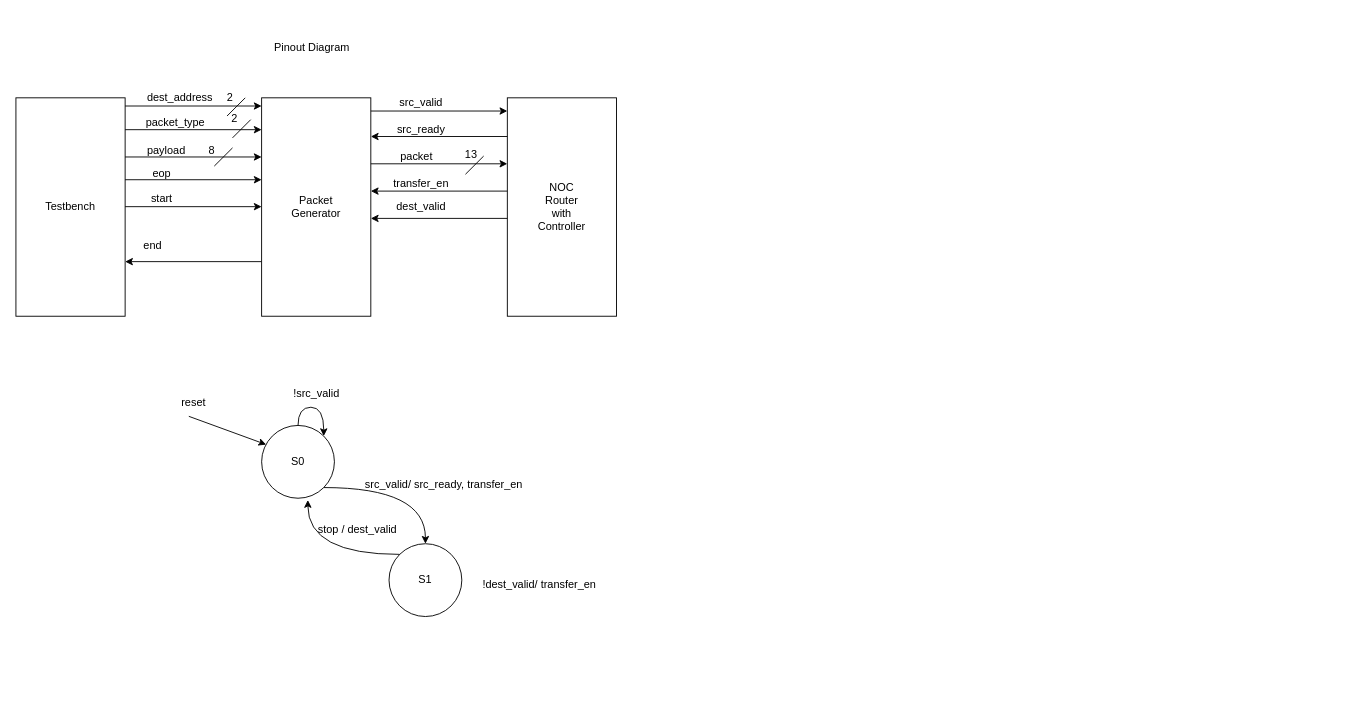
mnasirEE/DD-Xce-sv-task keeps this draw.io diagram as page "Page-1" (1 of 2) of Nasir/Network-On-Chip_design.drawio. Above is the earlier version. Source tidied: cells renumbered, new cells numbered last; positions are measured from the earlier drawing's top-left corner, leaving out a move shared by most shapes. Both pictures are drawn from the tidied source at 91%, with x=0, y=0 at pixel (15, 34).
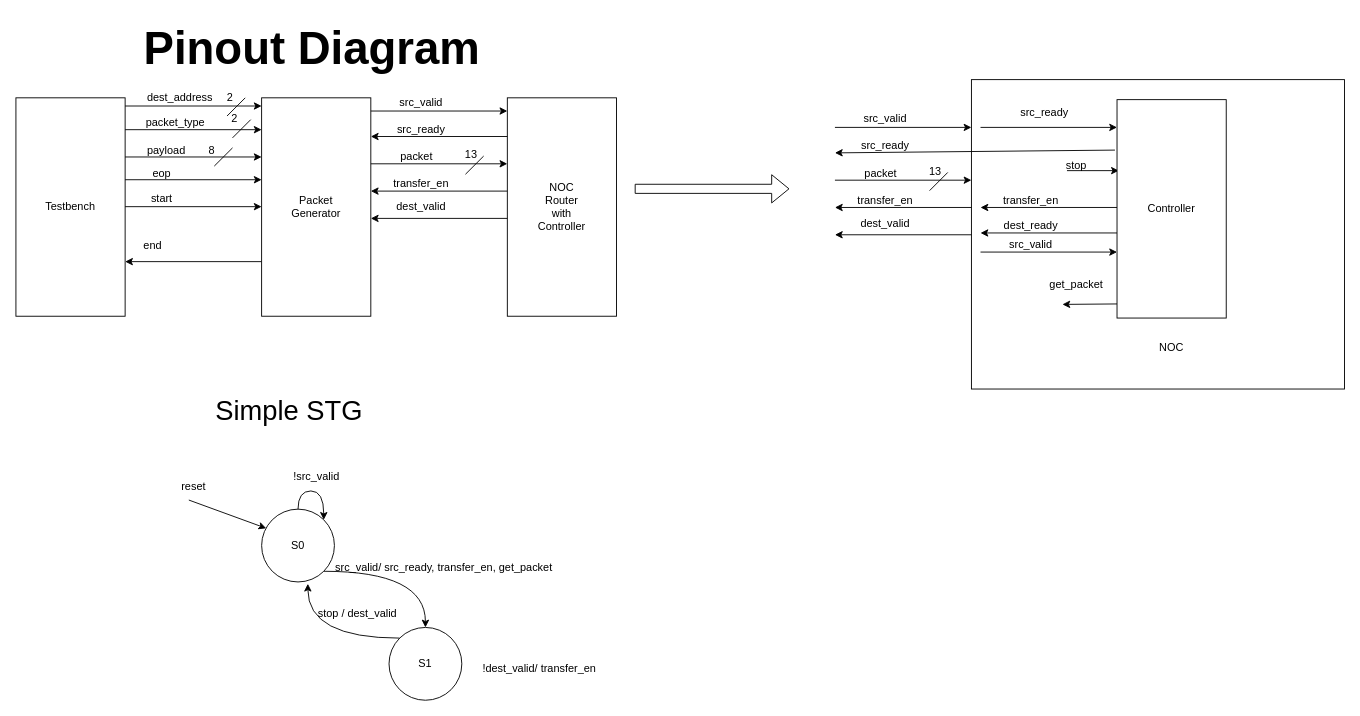
After the change.

Diff of the diagram source:
```diff
@@
-    <mxCell id="24" value="Pinout Diagram" style="text;html=1;align=center;verticalAlign=middle;strokeColor=none;fillColor=none;" parent="1" vertex="1">
-      <mxGeometry x="270" width="110" height="30" as="geometry" />
+    <mxCell id="24" value="&lt;b&gt;&lt;font style=&quot;font-size: 50px;&quot;&gt;Pinout Diagram&lt;/font&gt;&lt;/b&gt;" style="text;html=1;align=center;verticalAlign=middle;strokeColor=none;fillColor=none;" parent="1" vertex="1">
+      <mxGeometry x="130" y="-20" width="390" height="70" as="geometry" />
     </mxCell>
@@
     <mxCell id="26" value="S0" style="ellipse;whiteSpace=wrap;html=1;" parent="1" vertex="1">
-      <mxGeometry x="270" y="430" width="80" height="80" as="geometry" />
+      <mxGeometry x="270" y="522" width="80" height="80" as="geometry" />
     </mxCell>
     <mxCell id="27" style="endArrow=classic;html=1;rounded=0;entryX=0.063;entryY=0.263;entryDx=0;entryDy=0;entryPerimeter=0;" parent="1" edge="1" target="26">
       <mxGeometry relative="1" as="geometry">
-        <mxPoint x="190" y="420" as="sourcePoint" />
+        <mxPoint x="190" y="512" as="sourcePoint" />
       </mxGeometry>
     </mxCell>
     <mxCell id="28" value="reset" style="text;html=1;align=center;verticalAlign=middle;strokeColor=none;fillColor=none;" parent="1" vertex="1">
-      <mxGeometry x="170" y="390" width="50" height="30" as="geometry" />
+      <mxGeometry x="170" y="482" width="50" height="30" as="geometry" />
     </mxCell>
@@
     <mxCell id="37" style="edgeStyle=orthogonalEdgeStyle;rounded=0;orthogonalLoop=1;jettySize=auto;html=1;exitX=0.5;exitY=0;exitDx=0;exitDy=0;entryX=1;entryY=0;entryDx=0;entryDy=0;curved=1;" parent="1" edge="1" source="26" target="26">
       <mxGeometry relative="1" as="geometry">
         <Array as="points">
-          <mxPoint x="310" y="410" />
-          <mxPoint x="338" y="410" />
+          <mxPoint x="310" y="502" />
+          <mxPoint x="338" y="502" />
         </Array>
       </mxGeometry>
     </mxCell>
     <mxCell id="38" value="!src_valid" style="text;html=1;align=center;verticalAlign=middle;strokeColor=none;fillColor=none;" parent="1" vertex="1">
-      <mxGeometry x="295" y="380" width="70" height="30" as="geometry" />
+      <mxGeometry x="295" y="472" width="70" height="30" as="geometry" />
     </mxCell>
@@
     <mxCell id="41" value="S1" style="ellipse;whiteSpace=wrap;html=1;" parent="1" vertex="1">
-      <mxGeometry x="410" y="560" width="80" height="80" as="geometry" />
+      <mxGeometry x="410" y="652" width="80" height="80" as="geometry" />
     </mxCell>
-    <mxCell id="42" value="src_valid/ src_ready, transfer_en" style="text;html=1;align=center;verticalAlign=middle;strokeColor=none;fillColor=none;" parent="1" vertex="1">
-      <mxGeometry x="370" y="480" width="200" height="30" as="geometry" />
+    <mxCell id="42" value="src_valid/ src_ready, transfer_en, get_packet" style="text;html=1;align=center;verticalAlign=middle;strokeColor=none;fillColor=none;" parent="1" vertex="1">
+      <mxGeometry x="340" y="572" width="260" height="30" as="geometry" />
     </mxCell>
     <mxCell id="43" value="!dest_valid/ transfer_en" style="text;html=1;align=center;verticalAlign=middle;strokeColor=none;fillColor=none;" parent="1" vertex="1">
-      <mxGeometry x="500" y="590" width="150" height="30" as="geometry" />
+      <mxGeometry x="500" y="682" width="150" height="30" as="geometry" />
     </mxCell>
@@
     <mxCell id="45" value="stop / dest_valid" style="text;html=1;align=center;verticalAlign=middle;strokeColor=none;fillColor=none;" parent="1" vertex="1">
-      <mxGeometry x="320" y="530" width="110" height="30" as="geometry" />
+      <mxGeometry x="320" y="622" width="110" height="30" as="geometry" />
     </mxCell>
@@
+    <mxCell id="47" style="rounded=0;whiteSpace=wrap;html=1;" parent="1" vertex="1">
+      <mxGeometry x="1050" y="50" width="410" height="340" as="geometry" />
+    </mxCell>
+    <mxCell id="48" style="edgeStyle=none;orthogonalLoop=1;jettySize=auto;html=1;rounded=0;" parent="1" edge="1">
+      <mxGeometry relative="1" as="geometry">
+        <mxPoint x="900" y="102.5" as="sourcePoint" />
+        <mxPoint x="1050" y="102.5" as="targetPoint" />
+      </mxGeometry>
+    </mxCell>
+    <mxCell id="49" value="src_valid" style="text;html=1;align=center;verticalAlign=middle;strokeColor=none;fillColor=none;" parent="1" vertex="1">
+      <mxGeometry x="920" y="78" width="70" height="30" as="geometry" />
+    </mxCell>
+    <mxCell id="50" style="edgeStyle=none;jettySize=auto;html=1;rounded=0;exitX=-0.019;exitY=0.231;exitDx=0;exitDy=0;exitPerimeter=0;" parent="1" edge="1" source="73">
+      <mxGeometry relative="1" as="geometry">
+        <mxPoint x="900" y="130.5" as="targetPoint" />
+      </mxGeometry>
+    </mxCell>
+    <mxCell id="51" value="src_ready" style="text;html=1;align=center;verticalAlign=middle;strokeColor=none;fillColor=none;" parent="1" vertex="1">
+      <mxGeometry x="915" y="108" width="80" height="30" as="geometry" />
+    </mxCell>
+    <mxCell id="52" style="edgeStyle=none;orthogonalLoop=1;jettySize=auto;html=1;rounded=0;" parent="1" edge="1">
+      <mxGeometry relative="1" as="geometry">
+        <mxPoint x="900" y="160.5" as="sourcePoint" />
+        <mxPoint x="1050" y="160.5" as="targetPoint" />
+      </mxGeometry>
+    </mxCell>
+    <mxCell id="53" value="packet" style="text;html=1;align=center;verticalAlign=middle;strokeColor=none;fillColor=none;" parent="1" vertex="1">
+      <mxGeometry x="920" y="138" width="60" height="30" as="geometry" />
+    </mxCell>
+    <mxCell id="54" style="edgeStyle=none;orthogonalLoop=1;jettySize=auto;html=1;rounded=0;" parent="1" edge="1">
+      <mxGeometry relative="1" as="geometry">
+        <mxPoint x="1050" y="190.5" as="sourcePoint" />
+        <mxPoint x="900" y="190.5" as="targetPoint" />
+      </mxGeometry>
+    </mxCell>
+    <mxCell id="55" value="transfer_en" style="text;html=1;align=center;verticalAlign=middle;strokeColor=none;fillColor=none;" parent="1" vertex="1">
+      <mxGeometry x="915" y="168" width="80" height="30" as="geometry" />
+    </mxCell>
+    <mxCell id="56" style="edgeStyle=none;orthogonalLoop=1;jettySize=auto;html=1;rounded=0;" parent="1" edge="1">
+      <mxGeometry relative="1" as="geometry">
+        <mxPoint x="1050" y="220.5" as="sourcePoint" />
+        <mxPoint x="900" y="220.5" as="targetPoint" />
+      </mxGeometry>
+    </mxCell>
+    <mxCell id="57" value="dest_valid" style="text;html=1;align=center;verticalAlign=middle;strokeColor=none;fillColor=none;" parent="1" vertex="1">
+      <mxGeometry x="915" y="193" width="80" height="30" as="geometry" />
+    </mxCell>
+    <mxCell id="58" style="endArrow=none;html=1;rounded=0;" parent="1" edge="1">
+      <mxGeometry relative="1" as="geometry">
+        <mxPoint x="1004" y="172" as="sourcePoint" />
+        <mxPoint x="1024" y="152" as="targetPoint" />
+      </mxGeometry>
+    </mxCell>
+    <mxCell id="59" value="13" style="text;html=1;align=center;verticalAlign=middle;strokeColor=none;fillColor=none;" parent="1" vertex="1">
+      <mxGeometry x="990" y="136" width="40" height="30" as="geometry" />
+    </mxCell>
+    <mxCell id="60" style="edgeStyle=none;orthogonalLoop=1;jettySize=auto;html=1;rounded=0;" parent="1" edge="1">
+      <mxGeometry relative="1" as="geometry">
+        <mxPoint x="1060" y="102.5" as="sourcePoint" />
+        <mxPoint x="1210" y="102.5" as="targetPoint" />
+      </mxGeometry>
+    </mxCell>
+    <mxCell id="61" value="src_ready" style="text;html=1;align=center;verticalAlign=middle;strokeColor=none;fillColor=none;" parent="1" vertex="1">
+      <mxGeometry x="1090" y="72" width="80" height="30" as="geometry" />
+    </mxCell>
+    <mxCell id="62" style="edgeStyle=none;orthogonalLoop=1;jettySize=auto;html=1;rounded=0;" parent="1" edge="1">
+      <mxGeometry relative="1" as="geometry">
+        <mxPoint x="1210" y="218.5" as="sourcePoint" />
+        <mxPoint x="1060" y="218.5" as="targetPoint" />
+      </mxGeometry>
+    </mxCell>
+    <mxCell id="63" value="dest_ready" style="text;html=1;align=center;verticalAlign=middle;strokeColor=none;fillColor=none;" parent="1" vertex="1">
+      <mxGeometry x="1075" y="196" width="80" height="30" as="geometry" />
+    </mxCell>
+    <mxCell id="64" style="edgeStyle=none;orthogonalLoop=1;jettySize=auto;html=1;rounded=0;" parent="1" edge="1">
+      <mxGeometry relative="1" as="geometry">
+        <mxPoint x="1155" y="150" as="sourcePoint" />
+        <mxPoint x="1212" y="150" as="targetPoint" />
+      </mxGeometry>
+    </mxCell>
+    <mxCell id="65" value="stop" style="text;html=1;align=center;verticalAlign=middle;strokeColor=none;fillColor=none;" parent="1" vertex="1">
+      <mxGeometry x="1140" y="130" width="50" height="30" as="geometry" />
+    </mxCell>
+    <mxCell id="66" style="edgeStyle=none;orthogonalLoop=1;jettySize=auto;html=1;rounded=0;" parent="1" edge="1">
+      <mxGeometry relative="1" as="geometry">
+        <mxPoint x="1060" y="239.5" as="sourcePoint" />
+        <mxPoint x="1210" y="239.5" as="targetPoint" />
+      </mxGeometry>
+    </mxCell>
+    <mxCell id="67" value="src_valid" style="text;html=1;align=center;verticalAlign=middle;strokeColor=none;fillColor=none;" parent="1" vertex="1">
+      <mxGeometry x="1080" y="217" width="70" height="30" as="geometry" />
+    </mxCell>
+    <mxCell id="68" style="shape=flexArrow;endArrow=classic;html=1;rounded=0;" parent="1" edge="1">
+      <mxGeometry relative="1" as="geometry">
+        <mxPoint x="680" y="170" as="sourcePoint" />
+        <mxPoint x="850" y="170" as="targetPoint" />
+      </mxGeometry>
+    </mxCell>
+    <mxCell id="69" style="edgeStyle=none;orthogonalLoop=1;jettySize=auto;html=1;rounded=0;" parent="1" edge="1">
+      <mxGeometry relative="1" as="geometry">
+        <mxPoint x="1210" y="190.5" as="sourcePoint" />
+        <mxPoint x="1060" y="190.5" as="targetPoint" />
+      </mxGeometry>
+    </mxCell>
+    <mxCell id="70" value="transfer_en" style="text;html=1;align=center;verticalAlign=middle;strokeColor=none;fillColor=none;" parent="1" vertex="1">
+      <mxGeometry x="1075" y="168" width="80" height="30" as="geometry" />
+    </mxCell>
+    <mxCell id="71" style="edgeStyle=none;orthogonalLoop=1;jettySize=auto;html=1;rounded=0;" parent="1" edge="1">
+      <mxGeometry relative="1" as="geometry">
+        <mxPoint x="1210" y="296.5" as="sourcePoint" />
+        <mxPoint x="1150" y="297" as="targetPoint" />
+      </mxGeometry>
+    </mxCell>
+    <mxCell id="72" value="get_packet" style="text;html=1;align=center;verticalAlign=middle;strokeColor=none;fillColor=none;" parent="1" vertex="1">
+      <mxGeometry x="1125" y="260" width="80" height="30" as="geometry" />
+    </mxCell>
+    <mxCell id="73" value="Controller " style="rounded=0;whiteSpace=wrap;html=1;" parent="1" vertex="1">
+      <mxGeometry x="1210" y="72" width="120" height="240" as="geometry" />
+    </mxCell>
+    <mxCell id="74" value="NOC" style="text;html=1;align=center;verticalAlign=middle;whiteSpace=wrap;rounded=0;" parent="1" vertex="1">
+      <mxGeometry x="1240" y="330" width="60" height="30" as="geometry" />
+    </mxCell>
+    <mxCell id="75" value="&lt;font style=&quot;font-size: 30px;&quot;&gt;Simple STG&lt;/font&gt;" style="text;html=1;align=center;verticalAlign=middle;strokeColor=none;fillColor=none;" parent="1" vertex="1">
+      <mxGeometry x="210" y="388" width="180" height="50" as="geometry" />
+    </mxCell>
```
